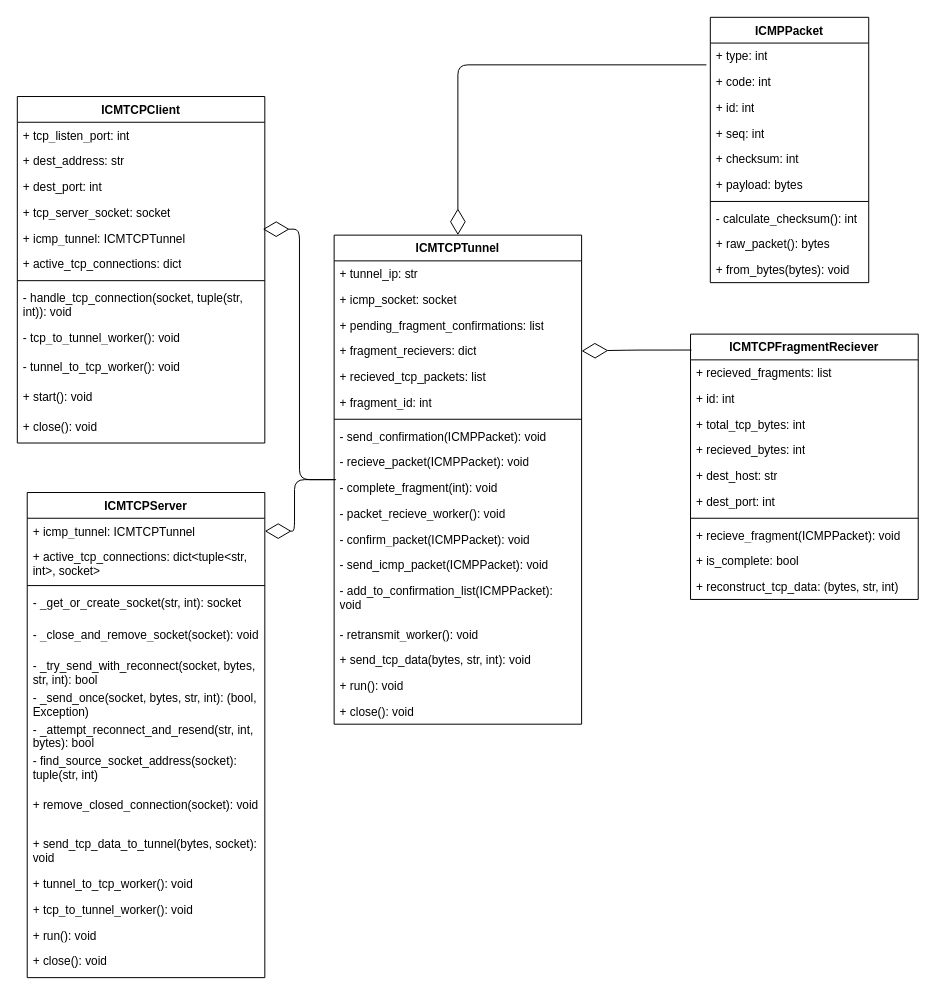
Before: design.drawio in DaniMeijler/icmtcp, a draw.io diagram. Source tidied: cells renumbered, new cells numbered last; positions are measured from the earlier drawing's top-left corner, leaving out a move shared by most shapes. Both pictures are drawn from the tidied source at 99%, with x=0, y=0 at pixel (17, 17).
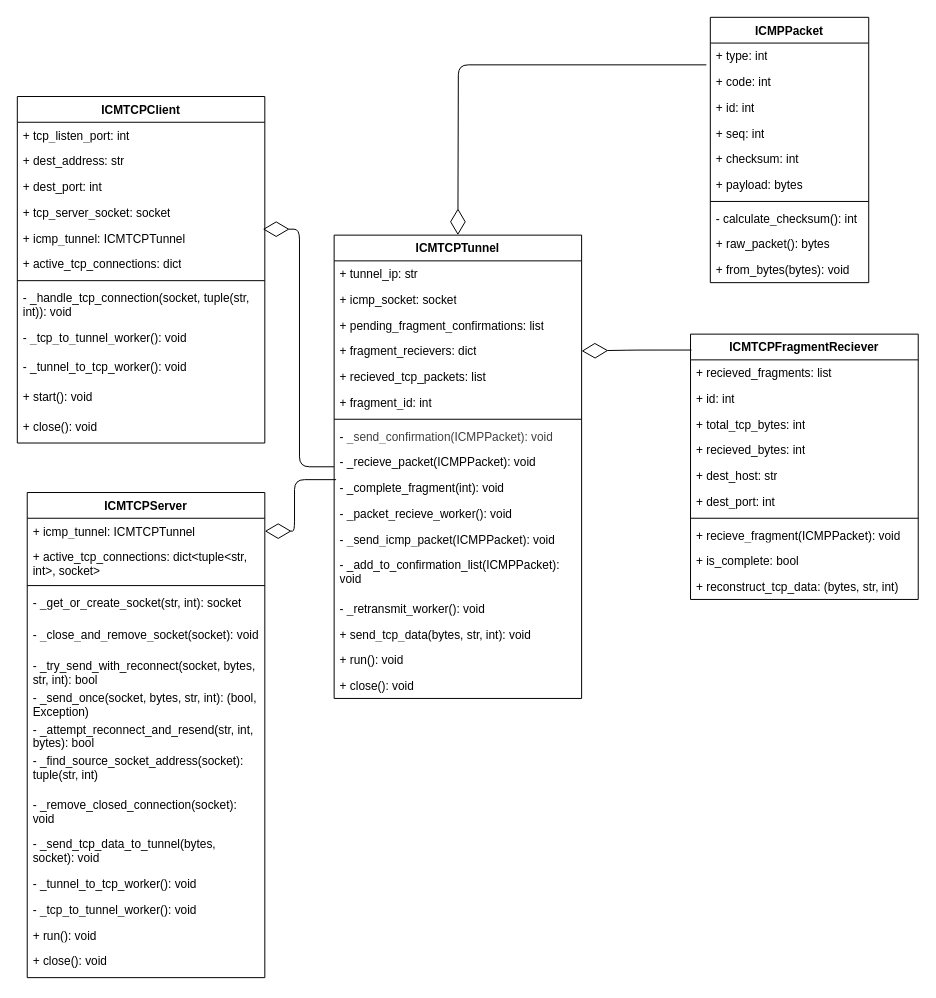
After the change.

The change refers to these unchanged cells:
```xml
<mxCell id="2" value="ICMTCPClient" style="swimlane;fontStyle=1;align=center;verticalAlign=top;horizontal=1;startSize=26;whiteSpace=wrap;html=1;" parent="1" vertex="1">
  <mxGeometry y="80" width="250" height="350" as="geometry" />
</mxCell>
<mxCell id="49" value="+ code: int" style="text;strokeColor=none;fillColor=none;align=left;verticalAlign=top;spacingLeft=4;spacingRight=4;overflow=hidden;points=[[0,0.5],[1,0.5]];portConstraint=eastwest;whiteSpace=wrap;html=1;" parent="47" vertex="1">
  <mxGeometry y="52" width="160" height="26" as="geometry" />
</mxCell>
<mxCell id="58" value="ICMTCPServer" style="swimlane;fontStyle=1;align=center;verticalAlign=top;horizontal=1;startSize=26;whiteSpace=wrap;html=1;" parent="1" vertex="1">
  <mxGeometry x="10" y="480" width="240" height="490" as="geometry" />
</mxCell>
```

The edit, as a diff of the source:
```diff
@@
-    <mxCell id="10" value="- handle_tcp_connection(socket, tuple(str, int)): void" style="text;strokeColor=none;fillColor=none;align=left;verticalAlign=top;spacingLeft=4;spacingRight=4;overflow=hidden;whiteSpace=wrap;html=1;" parent="2" vertex="1">
+    <mxCell id="10" value="- _handle_tcp_connection(socket, tuple(str, int)): void" style="text;strokeColor=none;fillColor=none;align=left;verticalAlign=top;spacingLeft=4;spacingRight=4;overflow=hidden;whiteSpace=wrap;html=1;" parent="2" vertex="1">
       <mxGeometry y="190" width="250" height="40" as="geometry" />
     </mxCell>
-    <mxCell id="11" value="- tcp_to_tunnel_worker(): void" style="text;strokeColor=none;fillColor=none;align=left;verticalAlign=top;spacingLeft=4;spacingRight=4;overflow=hidden;whiteSpace=wrap;html=1;" parent="2" vertex="1">
+    <mxCell id="11" value="- _tcp_to_tunnel_worker(): void" style="text;strokeColor=none;fillColor=none;align=left;verticalAlign=top;spacingLeft=4;spacingRight=4;overflow=hidden;whiteSpace=wrap;html=1;" parent="2" vertex="1">
       <mxGeometry y="230" width="250" height="30" as="geometry" />
     </mxCell>
-    <mxCell id="12" value="- tunnel_to_tcp_worker(): void" style="text;strokeColor=none;fillColor=none;align=left;verticalAlign=top;spacingLeft=4;spacingRight=4;overflow=hidden;whiteSpace=wrap;html=1;" parent="2" vertex="1">
+    <mxCell id="12" value="- _tunnel_to_tcp_worker(): void" style="text;strokeColor=none;fillColor=none;align=left;verticalAlign=top;spacingLeft=4;spacingRight=4;overflow=hidden;whiteSpace=wrap;html=1;" parent="2" vertex="1">
       <mxGeometry y="260" width="250" height="30" as="geometry" />
     </mxCell>
@@
     <mxCell id="15" value="ICMTCPTunnel" style="swimlane;fontStyle=1;align=center;verticalAlign=top;horizontal=1;startSize=26;whiteSpace=wrap;html=1;" parent="1" vertex="1">
-      <mxGeometry x="320" y="220" width="250" height="494" as="geometry" />
+      <mxGeometry x="320" y="220" width="250" height="468" as="geometry" />
     </mxCell>
@@
-    <mxCell id="23" value="- send_confirmation(ICMPPacket): void" style="text;strokeColor=none;fillColor=none;align=left;verticalAlign=top;spacingLeft=4;spacingRight=4;overflow=hidden;whiteSpace=wrap;html=1;" parent="15" vertex="1">
+    <mxCell id="23" value="- _&lt;span style=&quot;color: rgb(63, 63, 63); background-color: transparent;&quot;&gt;send_confirmation(ICMPPacket): void&lt;/span&gt;" style="text;strokeColor=none;fillColor=none;align=left;verticalAlign=top;spacingLeft=4;spacingRight=4;overflow=hidden;whiteSpace=wrap;html=1;" parent="15" vertex="1">
       <mxGeometry y="190" width="250" height="26" as="geometry" />
     </mxCell>
-    <mxCell id="24" value="- recieve_packet(ICMPPacket): void" style="text;strokeColor=none;fillColor=none;align=left;verticalAlign=top;spacingLeft=4;spacingRight=4;overflow=hidden;whiteSpace=wrap;html=1;" parent="15" vertex="1">
+    <mxCell id="24" value="- _recieve_packet(ICMPPacket): void" style="text;strokeColor=none;fillColor=none;align=left;verticalAlign=top;spacingLeft=4;spacingRight=4;overflow=hidden;whiteSpace=wrap;html=1;" parent="15" vertex="1">
       <mxGeometry y="216" width="250" height="26" as="geometry" />
     </mxCell>
-    <mxCell id="25" value="- complete_fragment(int): void" style="text;strokeColor=none;fillColor=none;align=left;verticalAlign=top;spacingLeft=4;spacingRight=4;overflow=hidden;points=[[0,0.5],[1,0.5]];portConstraint=eastwest;whiteSpace=wrap;html=1;" parent="15" vertex="1">
+    <mxCell id="25" value="- _complete_fragment(int): void" style="text;strokeColor=none;fillColor=none;align=left;verticalAlign=top;spacingLeft=4;spacingRight=4;overflow=hidden;points=[[0,0.5],[1,0.5]];portConstraint=eastwest;whiteSpace=wrap;html=1;" parent="15" vertex="1">
       <mxGeometry y="242" width="250" height="26" as="geometry" />
     </mxCell>
-    <mxCell id="26" value="- packet_recieve_worker(): void" style="text;strokeColor=none;fillColor=none;align=left;verticalAlign=top;spacingLeft=4;spacingRight=4;overflow=hidden;whiteSpace=wrap;html=1;" parent="15" vertex="1">
+    <mxCell id="26" value="- _packet_recieve_worker(): void" style="text;strokeColor=none;fillColor=none;align=left;verticalAlign=top;spacingLeft=4;spacingRight=4;overflow=hidden;whiteSpace=wrap;html=1;" parent="15" vertex="1">
       <mxGeometry y="268" width="250" height="26" as="geometry" />
     </mxCell>
-    <mxCell id="27" value="- confirm_packet(ICMPPacket): void" style="text;strokeColor=none;fillColor=none;align=left;verticalAlign=top;spacingLeft=4;spacingRight=4;overflow=hidden;whiteSpace=wrap;html=1;" parent="15" vertex="1">
-      <mxGeometry y="294" width="250" height="26" as="geometry" />
-    </mxCell>
-    <mxCell id="28" value="- send_icmp_packet(ICMPPacket): void" style="text;strokeColor=none;fillColor=none;align=left;verticalAlign=top;spacingLeft=4;spacingRight=4;overflow=hidden;whiteSpace=wrap;html=1;" parent="15" vertex="1">
-      <mxGeometry y="320" width="250" height="26" as="geometry" />
+    <mxCell id="28" value="- _send_icmp_packet(ICMPPacket): void" style="text;strokeColor=none;fillColor=none;align=left;verticalAlign=top;spacingLeft=4;spacingRight=4;overflow=hidden;whiteSpace=wrap;html=1;" parent="15" vertex="1">
+      <mxGeometry y="294" width="250" height="26" as="geometry" />
     </mxCell>
-    <mxCell id="29" value="- add_to_confirmation_list(ICMPPacket): void" style="text;strokeColor=none;fillColor=none;align=left;verticalAlign=top;spacingLeft=4;spacingRight=4;overflow=hidden;whiteSpace=wrap;html=1;" parent="15" vertex="1">
-      <mxGeometry y="346" width="250" height="44" as="geometry" />
+    <mxCell id="29" value="- _add_to_confirmation_list(ICMPPacket): void" style="text;strokeColor=none;fillColor=none;align=left;verticalAlign=top;spacingLeft=4;spacingRight=4;overflow=hidden;whiteSpace=wrap;html=1;" parent="15" vertex="1">
+      <mxGeometry y="320" width="250" height="44" as="geometry" />
     </mxCell>
-    <mxCell id="30" value="- retransmit_worker(): void" style="text;strokeColor=none;fillColor=none;align=left;verticalAlign=top;spacingLeft=4;spacingRight=4;overflow=hidden;whiteSpace=wrap;html=1;" parent="15" vertex="1">
-      <mxGeometry y="390" width="250" height="26" as="geometry" />
+    <mxCell id="30" value="- _retransmit_worker(): void" style="text;strokeColor=none;fillColor=none;align=left;verticalAlign=top;spacingLeft=4;spacingRight=4;overflow=hidden;whiteSpace=wrap;html=1;" parent="15" vertex="1">
+      <mxGeometry y="364" width="250" height="26" as="geometry" />
     </mxCell>
     <mxCell id="31" value="+ send_tcp_data(bytes, str, int): void" style="text;strokeColor=none;fillColor=none;align=left;verticalAlign=top;spacingLeft=4;spacingRight=4;overflow=hidden;whiteSpace=wrap;html=1;" parent="15" vertex="1">
-      <mxGeometry y="416" width="250" height="26" as="geometry" />
+      <mxGeometry y="390" width="250" height="26" as="geometry" />
     </mxCell>
     <mxCell id="32" value="+ run(): void" style="text;strokeColor=none;fillColor=none;align=left;verticalAlign=top;spacingLeft=4;spacingRight=4;overflow=hidden;whiteSpace=wrap;html=1;" parent="15" vertex="1">
-      <mxGeometry y="442" width="250" height="26" as="geometry" />
+      <mxGeometry y="416" width="250" height="26" as="geometry" />
     </mxCell>
     <mxCell id="33" value="+ close(): void" style="text;strokeColor=none;fillColor=none;align=left;verticalAlign=top;spacingLeft=4;spacingRight=4;overflow=hidden;whiteSpace=wrap;html=1;" parent="15" vertex="1">
-      <mxGeometry y="468" width="250" height="26" as="geometry" />
+      <mxGeometry y="442" width="250" height="26" as="geometry" />
     </mxCell>
@@
-    <mxCell id="67" value="- find_source_socket_address(socket): tuple(str, int)" style="text;strokeColor=none;fillColor=none;align=left;verticalAlign=top;spacingLeft=4;spacingRight=4;overflow=hidden;whiteSpace=wrap;html=1;" parent="58" vertex="1">
+    <mxCell id="67" value="- _find_source_socket_address(socket): tuple(str, int)" style="text;strokeColor=none;fillColor=none;align=left;verticalAlign=top;spacingLeft=4;spacingRight=4;overflow=hidden;whiteSpace=wrap;html=1;" parent="58" vertex="1">
       <mxGeometry y="258" width="240" height="44" as="geometry" />
     </mxCell>
-    <mxCell id="68" value="+ remove_closed_connection(socket): void" style="text;strokeColor=none;fillColor=none;align=left;verticalAlign=top;spacingLeft=4;spacingRight=4;overflow=hidden;whiteSpace=wrap;html=1;" parent="58" vertex="1">
+    <mxCell id="68" value="- _remove_closed_connection(socket): void" style="text;strokeColor=none;fillColor=none;align=left;verticalAlign=top;spacingLeft=4;spacingRight=4;overflow=hidden;whiteSpace=wrap;html=1;" parent="58" vertex="1">
       <mxGeometry y="302" width="240" height="40" as="geometry" />
     </mxCell>
-    <mxCell id="69" value="+ send_tcp_data_to_tunnel(bytes, socket): void" style="text;strokeColor=none;fillColor=none;align=left;verticalAlign=top;spacingLeft=4;spacingRight=4;overflow=hidden;whiteSpace=wrap;html=1;" parent="58" vertex="1">
+    <mxCell id="69" value="- _send_tcp_data_to_tunnel(bytes, socket): void" style="text;strokeColor=none;fillColor=none;align=left;verticalAlign=top;spacingLeft=4;spacingRight=4;overflow=hidden;whiteSpace=wrap;html=1;" parent="58" vertex="1">
       <mxGeometry y="342" width="240" height="40" as="geometry" />
     </mxCell>
-    <mxCell id="70" value="+ tunnel_to_tcp_worker(): void" style="text;strokeColor=none;fillColor=none;align=left;verticalAlign=top;spacingLeft=4;spacingRight=4;overflow=hidden;whiteSpace=wrap;html=1;" parent="58" vertex="1">
+    <mxCell id="70" value="- _tunnel_to_tcp_worker(): void" style="text;strokeColor=none;fillColor=none;align=left;verticalAlign=top;spacingLeft=4;spacingRight=4;overflow=hidden;whiteSpace=wrap;html=1;" parent="58" vertex="1">
       <mxGeometry y="382" width="240" height="26" as="geometry" />
     </mxCell>
-    <mxCell id="71" value="+ tcp_to_tunnel_worker(): void" style="text;strokeColor=none;fillColor=none;align=left;verticalAlign=top;spacingLeft=4;spacingRight=4;overflow=hidden;whiteSpace=wrap;html=1;" parent="58" vertex="1">
+    <mxCell id="71" value="- _tcp_to_tunnel_worker(): void" style="text;strokeColor=none;fillColor=none;align=left;verticalAlign=top;spacingLeft=4;spacingRight=4;overflow=hidden;whiteSpace=wrap;html=1;" parent="58" vertex="1">
       <mxGeometry y="408" width="240" height="26" as="geometry" />
     </mxCell>
@@
-    <mxCell id="75" style="endArrow=diamondThin;endFill=0;endSize=24;html=1;edgeStyle=orthogonalEdgeStyle;exitX=-0.025;exitY=-0.154;exitDx=0;exitDy=0;exitPerimeter=0;" parent="1" edge="1" source="49" target="15">
-      <mxGeometry relative="1" as="geometry" />
+    <mxCell id="75" style="endArrow=diamondThin;endFill=0;endSize=24;html=1;edgeStyle=orthogonalEdgeStyle;exitX=-0.025;exitY=-0.154;exitDx=0;exitDy=0;exitPerimeter=0;" parent="1" edge="1" source="49">
+      <mxGeometry relative="1" as="geometry">
+        <mxPoint x="445" y="220" as="targetPoint" />
+      </mxGeometry>
     </mxCell>
```
